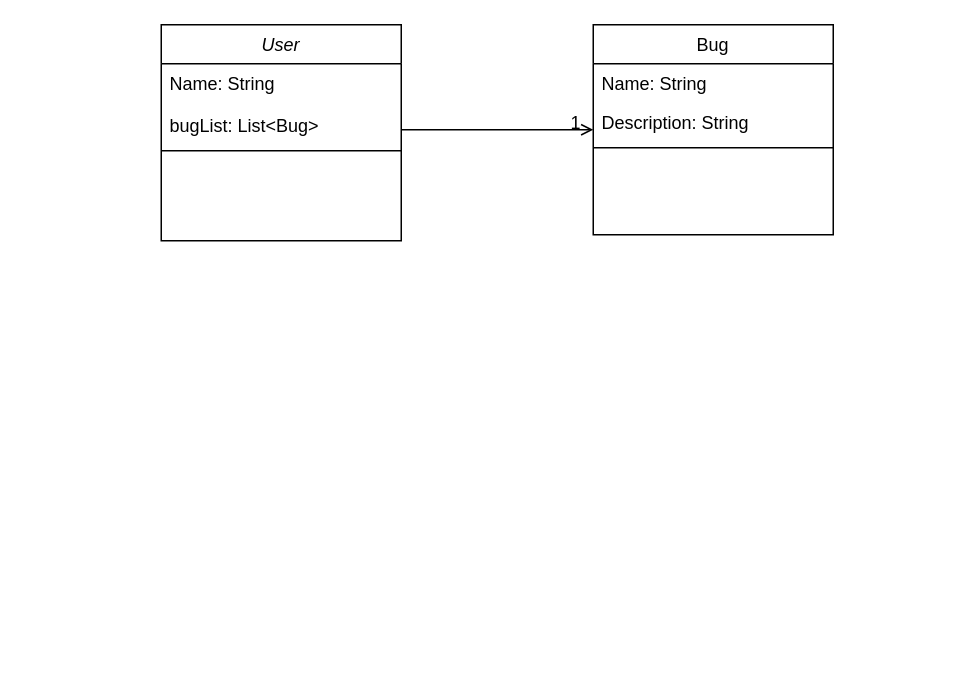
Above: Diagramă fără titlu.drawio in raresmaier234/ISS (draw.io), before the change. Source tidied: cells renumbered, new cells numbered last; positions are measured from the earlier drawing's top-left corner, leaving out a move shared by most shapes. Both pictures are drawn from the tidied source at 150%, with x=0, y=0 at pixel (160, 24).
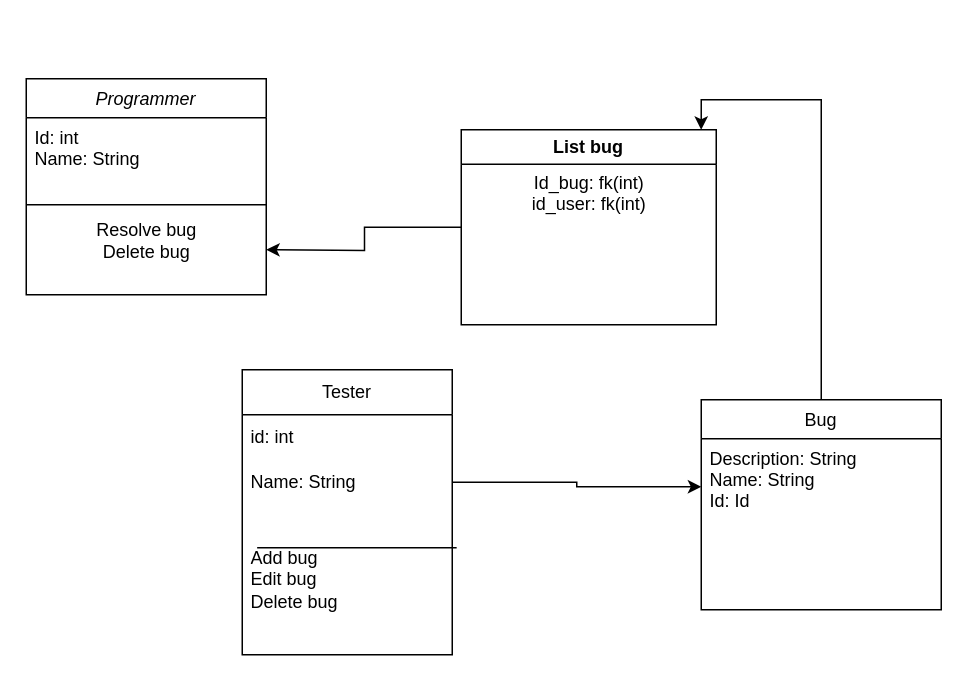
Above is the later version.

Diff of the diagram source:
```diff
@@
 <mxGraphModel>
   <root>
     <mxCell id="0" />
     <mxCell id="1" parent="0" />
-    <mxCell id="2" value="User" style="swimlane;fontStyle=2;align=center;verticalAlign=top;horizontal=1;startSize=26;rounded=0;shadow=0;strokeWidth=1;" parent="1" vertex="1">
-      <mxGeometry width="160" height="144" as="geometry" />
+    <mxCell id="2" value="Programmer" style="swimlane;fontStyle=2;align=center;verticalAlign=top;horizontal=1;startSize=26;rounded=0;shadow=0;strokeWidth=1;" parent="1" vertex="1">
+      <mxGeometry x="-90" y="36" width="160" height="144" as="geometry" />
     </mxCell>
-    <mxCell id="3" value="Name: String&#10;&#10;bugList: List&lt;Bug&gt;&#10;&#10;" style="text;align=left;verticalAlign=top;spacingLeft=4;spacingRight=4;overflow=hidden;rounded=0;shadow=0;html=0;" parent="2" vertex="1">
+    <mxCell id="3" value="Id: int&#10;Name: String&#10;&#10;" style="text;align=left;verticalAlign=top;spacingLeft=4;spacingRight=4;overflow=hidden;rounded=0;shadow=0;html=0;" parent="2" vertex="1">
       <mxGeometry y="26" width="160" height="54" as="geometry" />
     </mxCell>
     <mxCell id="4" style="line;html=1;strokeWidth=1;align=left;verticalAlign=middle;spacingTop=-1;spacingLeft=3;spacingRight=3;labelPosition=right;" parent="2" vertex="1">
       <mxGeometry y="80" width="160" height="8" as="geometry" />
     </mxCell>
+    <mxCell id="12" value="Resolve bug&lt;div&gt;Delete bug&lt;/div&gt;" style="text;html=1;align=center;verticalAlign=middle;strokeColor=none;fillColor=none;" parent="2" vertex="1">
+      <mxGeometry y="88" width="160" height="40" as="geometry" />
+    </mxCell>
     <mxCell id="5" value="Bug" style="swimlane;fontStyle=0;align=center;verticalAlign=top;horizontal=1;startSize=26;rounded=0;shadow=0;strokeWidth=1;" parent="1" vertex="1">
-      <mxGeometry x="288" width="160" height="140" as="geometry" />
+      <mxGeometry x="360" y="250" width="160" height="140" as="geometry" />
     </mxCell>
+    <mxCell id="7" value="Description: String&#10;Name: String&#10;Id: Id" style="text;align=left;verticalAlign=top;spacingLeft=4;spacingRight=4;overflow=hidden;points=[[0,0.5],[1,0.5]];portConstraint=eastwest;rounded=0;shadow=0;html=0;" parent="5" vertex="1">
+      <mxGeometry y="26" width="160" height="64" as="geometry" />
+    </mxCell>
+    <mxCell id="13" style="edgeStyle=orthogonalEdgeStyle;rounded=0;jettySize=auto;html=1;" parent="1" edge="1" source="14">
+      <mxGeometry relative="1" as="geometry">
+        <mxPoint x="70" y="150" as="targetPoint" />
+      </mxGeometry>
+    </mxCell>
+    <mxCell id="14" value="List bug" style="swimlane;whiteSpace=wrap;html=1;" parent="1" vertex="1">
+      <mxGeometry x="200" y="70" width="170" height="130" as="geometry" />
+    </mxCell>
+    <mxCell id="15" value="Id_bug: fk(int)&lt;div&gt;&lt;div&gt;id_user: fk(int)&lt;/div&gt;&lt;/div&gt;&lt;div&gt;&lt;br&gt;&lt;/div&gt;" style="text;html=1;align=center;verticalAlign=middle;strokeColor=none;fillColor=none;" parent="14" vertex="1">
+      <mxGeometry x="35" y="20" width="100" height="60" as="geometry" />
+    </mxCell>
+    <mxCell id="16" style="edgeStyle=orthogonalEdgeStyle;rounded=0;jettySize=auto;html=1;entryX=0.941;entryY=0;entryDx=0;entryDy=0;entryPerimeter=0;" parent="1" edge="1" source="5" target="14">
+      <mxGeometry relative="1" as="geometry" />
+    </mxCell>
+    <mxCell id="17" value="Tester" style="swimlane;fontStyle=0;horizontal=1;startSize=30;whiteSpace=wrap;html=1;" parent="1" vertex="1">
+      <mxGeometry x="54" y="230" width="140" height="190" as="geometry" />
+    </mxCell>
+    <mxCell id="18" value="id: int" style="text;strokeColor=none;fillColor=none;align=left;verticalAlign=middle;spacingLeft=4;spacingRight=4;overflow=hidden;whiteSpace=wrap;html=1;" parent="17" vertex="1">
+      <mxGeometry y="30" width="140" height="30" as="geometry" />
+    </mxCell>
-    <mxCell id="6" value="Name: String" style="text;align=left;verticalAlign=top;spacingLeft=4;spacingRight=4;overflow=hidden;points=[[0,0.5],[1,0.5]];portConstraint=eastwest;" parent="5" vertex="1">
-      <mxGeometry y="26" width="160" height="26" as="geometry" />
+    <mxCell id="6" value="Name: String" style="text;strokeColor=none;fillColor=none;align=left;verticalAlign=middle;spacingLeft=4;spacingRight=4;overflow=hidden;points=[[0,0.5],[1,0.5]];portConstraint=eastwest;whiteSpace=wrap;html=1;" parent="17" vertex="1">
+      <mxGeometry y="60" width="140" height="30" as="geometry" />
     </mxCell>
-    <mxCell id="7" value="Description: String" style="text;align=left;verticalAlign=top;spacingLeft=4;spacingRight=4;overflow=hidden;points=[[0,0.5],[1,0.5]];portConstraint=eastwest;rounded=0;shadow=0;html=0;" parent="5" vertex="1">
-      <mxGeometry y="52" width="160" height="26" as="geometry" />
-    </mxCell>
-    <mxCell id="8" style="line;html=1;strokeWidth=1;align=left;verticalAlign=middle;spacingTop=-1;spacingLeft=3;spacingRight=3;labelPosition=right;" parent="5" vertex="1">
-      <mxGeometry y="78" width="160" height="8" as="geometry" />
-    </mxCell>
-    <mxCell id="9" style="endArrow=open;shadow=0;strokeWidth=1;rounded=0;curved=0;endFill=1;edgeStyle=elbowEdgeStyle;elbow=vertical;" parent="1" edge="1" source="2" target="5">
-      <mxGeometry x="0.5" y="41" relative="1" as="geometry">
-        <mxPoint x="-40" y="32" as="offset" />
-      </mxGeometry>
-    </mxCell>
-    <mxCell id="10" style="align=left;verticalAlign=bottom;labelBackgroundColor=none;fontSize=12;" parent="9" vertex="1">
-      <mxGeometry x="-1" relative="1" as="geometry">
-        <mxPoint y="4" as="offset" />
-      </mxGeometry>
-    </mxCell>
-    <mxCell id="11" value="1" style="align=right;verticalAlign=bottom;labelBackgroundColor=none;fontSize=12;" parent="9" vertex="1">
-      <mxGeometry x="1" relative="1" as="geometry">
-        <mxPoint x="-7" y="4" as="offset" />
-      </mxGeometry>
-    </mxCell>
+    <mxCell id="19" style="endArrow=none;html=1;rounded=0;entryX=1.021;entryY=0.286;entryDx=0;entryDy=0;entryPerimeter=0;exitX=0.071;exitY=0.286;exitDx=0;exitDy=0;exitPerimeter=0;" parent="17" edge="1" source="20" target="20">
+      <mxGeometry relative="1" as="geometry" />
+    </mxCell>
+    <mxCell id="20" value="Add bug&lt;div&gt;Edit bug&lt;/div&gt;&lt;div&gt;Delete bug&lt;/div&gt;" style="text;strokeColor=none;fillColor=none;align=left;verticalAlign=middle;spacingLeft=4;spacingRight=4;overflow=hidden;points=[[0,0.5],[1,0.5]];portConstraint=eastwest;whiteSpace=wrap;html=1;" parent="17" vertex="1">
+      <mxGeometry y="90" width="140" height="100" as="geometry" />
+    </mxCell>
+    <mxCell id="21" style="edgeStyle=orthogonalEdgeStyle;rounded=0;jettySize=auto;html=1;entryX=0;entryY=0.5;entryDx=0;entryDy=0;" parent="1" edge="1" source="6" target="7">
+      <mxGeometry relative="1" as="geometry" />
+    </mxCell>
   </root>
 </mxGraphModel>
```
